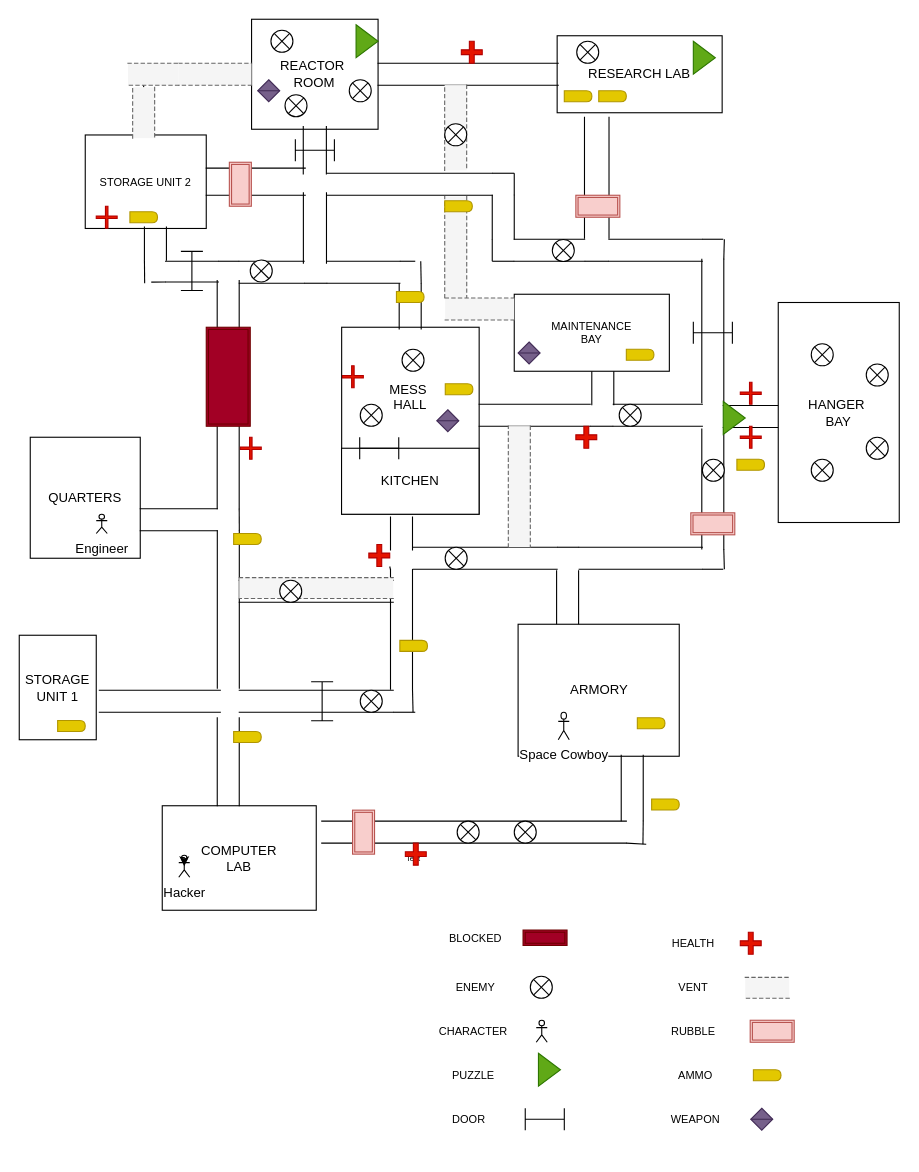
Above: CrawlSpacemap.drawio in SlOneRPC/CSC1030WebGroupProject (draw.io), before the change. Source tidied: cells renumbered, new cells numbered last; positions are measured from the earlier drawing's top-left corner, leaving out a move shared by most shapes. Both pictures are drawn from the tidied source at 110%, with x=0, y=0 at pixel (19, 19).
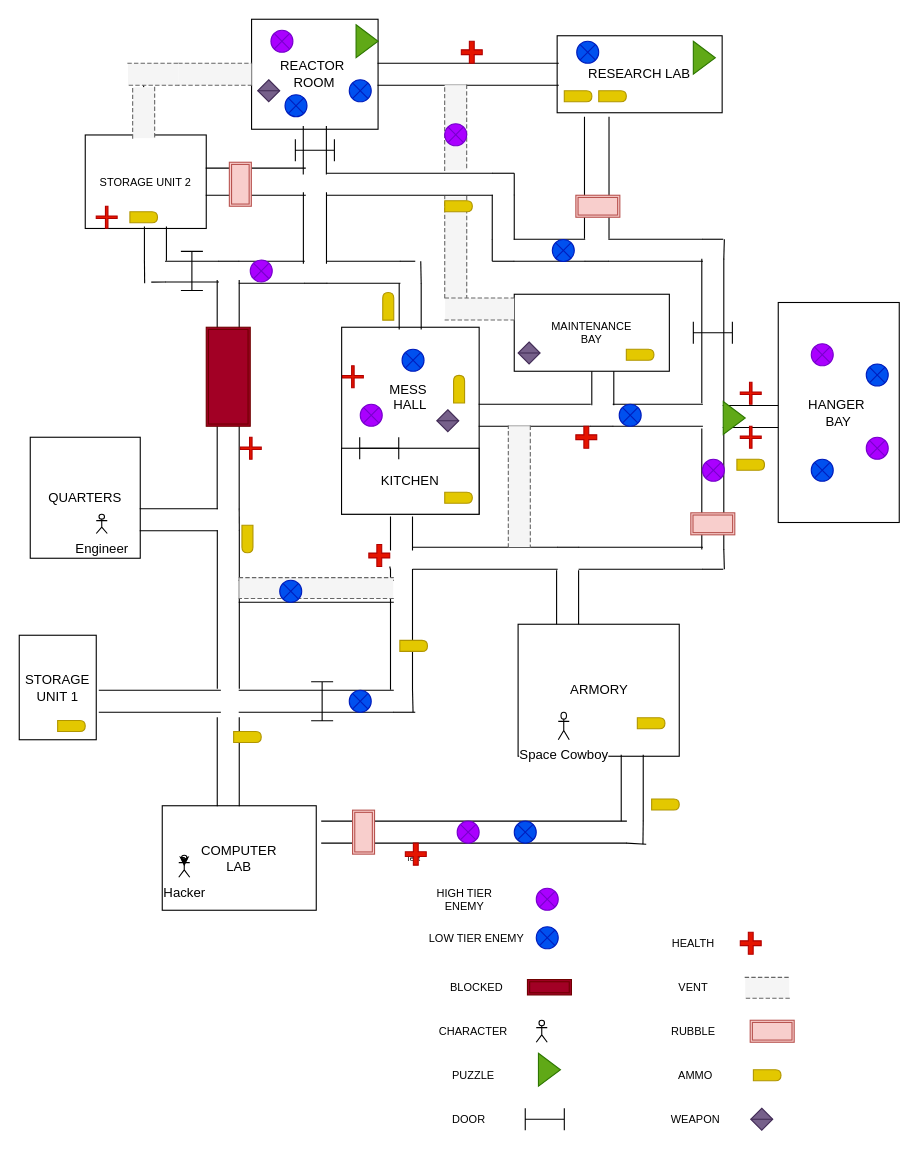
Above is the later version.

Change to the diagram source:
```diff
@@
-    <mxCell id="92" style="shape=sumEllipse;perimeter=ellipsePerimeter;whiteSpace=wrap;html=1;backgroundOutline=1;gradientColor=none;fontSize=7;" parent="1" vertex="1">
+    <mxCell id="92" style="shape=sumEllipse;perimeter=ellipsePerimeter;whiteSpace=wrap;html=1;backgroundOutline=1;fontSize=7;fillColor=#aa00ff;strokeColor=#7700CC;fontColor=#ffffff;" parent="1" vertex="1">
       <mxGeometry x="310" y="350" width="20" height="20" as="geometry" />
     </mxCell>
-    <mxCell id="93" style="shape=sumEllipse;perimeter=ellipsePerimeter;whiteSpace=wrap;html=1;backgroundOutline=1;gradientColor=none;fontSize=7;" parent="1" vertex="1">
+    <mxCell id="93" style="shape=sumEllipse;perimeter=ellipsePerimeter;whiteSpace=wrap;html=1;backgroundOutline=1;fontSize=7;fillColor=#0050ef;strokeColor=#001DBC;fontColor=#ffffff;" parent="1" vertex="1">
       <mxGeometry x="348" y="300" width="20" height="20" as="geometry" />
     </mxCell>
-    <mxCell id="94" style="shape=sumEllipse;perimeter=ellipsePerimeter;whiteSpace=wrap;html=1;backgroundOutline=1;gradientColor=none;fontSize=7;" parent="1" vertex="1">
+    <mxCell id="94" style="shape=sumEllipse;perimeter=ellipsePerimeter;whiteSpace=wrap;html=1;backgroundOutline=1;fontSize=7;fillColor=#aa00ff;strokeColor=#7700CC;fontColor=#ffffff;" parent="1" vertex="1">
       <mxGeometry x="210" y="218.8" width="20" height="20" as="geometry" />
     </mxCell>
-    <mxCell id="95" style="shape=sumEllipse;perimeter=ellipsePerimeter;whiteSpace=wrap;html=1;backgroundOutline=1;gradientColor=none;fontSize=7;" parent="1" vertex="1">
+    <mxCell id="95" style="shape=sumEllipse;perimeter=ellipsePerimeter;whiteSpace=wrap;html=1;backgroundOutline=1;fontSize=7;fillColor=#aa00ff;strokeColor=#7700CC;fontColor=#ffffff;" parent="1" vertex="1">
       <mxGeometry x="398.1" y="729" width="20" height="20" as="geometry" />
     </mxCell>
-    <mxCell id="96" style="shape=sumEllipse;perimeter=ellipsePerimeter;whiteSpace=wrap;html=1;backgroundOutline=1;gradientColor=none;fontSize=7;" parent="1" vertex="1">
+    <mxCell id="96" style="shape=sumEllipse;perimeter=ellipsePerimeter;whiteSpace=wrap;html=1;backgroundOutline=1;fontSize=7;fillColor=#0050ef;strokeColor=#001DBC;fontColor=#ffffff;" parent="1" vertex="1">
       <mxGeometry x="450" y="729" width="20" height="20" as="geometry" />
     </mxCell>
-    <mxCell id="97" style="shape=sumEllipse;perimeter=ellipsePerimeter;whiteSpace=wrap;html=1;backgroundOutline=1;gradientColor=none;fontSize=7;" parent="1" vertex="1">
+    <mxCell id="97" style="shape=sumEllipse;perimeter=ellipsePerimeter;whiteSpace=wrap;html=1;backgroundOutline=1;fontSize=7;fillColor=#0050ef;strokeColor=#001DBC;fontColor=#ffffff;" parent="1" vertex="1">
       <mxGeometry x="770" y="313.4" width="20" height="20" as="geometry" />
     </mxCell>
-    <mxCell id="98" style="shape=sumEllipse;perimeter=ellipsePerimeter;whiteSpace=wrap;html=1;backgroundOutline=1;gradientColor=none;fontSize=7;" parent="1" vertex="1">
+    <mxCell id="98" style="shape=sumEllipse;perimeter=ellipsePerimeter;whiteSpace=wrap;html=1;backgroundOutline=1;fontSize=7;fillColor=#aa00ff;strokeColor=#7700CC;fontColor=#ffffff;" parent="1" vertex="1">
       <mxGeometry x="720" y="295" width="20" height="20" as="geometry" />
     </mxCell>
-    <mxCell id="99" style="shape=sumEllipse;perimeter=ellipsePerimeter;whiteSpace=wrap;html=1;backgroundOutline=1;gradientColor=none;fontSize=7;" parent="1" vertex="1">
+    <mxCell id="99" style="shape=sumEllipse;perimeter=ellipsePerimeter;whiteSpace=wrap;html=1;backgroundOutline=1;fontSize=7;fillColor=#0050ef;strokeColor=#001DBC;fontColor=#ffffff;" parent="1" vertex="1">
       <mxGeometry x="720" y="400" width="20" height="20" as="geometry" />
     </mxCell>
-    <mxCell id="100" style="shape=sumEllipse;perimeter=ellipsePerimeter;whiteSpace=wrap;html=1;backgroundOutline=1;gradientColor=none;fontSize=7;" parent="1" vertex="1">
+    <mxCell id="100" style="shape=sumEllipse;perimeter=ellipsePerimeter;whiteSpace=wrap;html=1;backgroundOutline=1;fontSize=7;fillColor=#aa00ff;strokeColor=#7700CC;fontColor=#ffffff;" parent="1" vertex="1">
       <mxGeometry x="770" y="380" width="20" height="20" as="geometry" />
     </mxCell>
-    <mxCell id="101" style="shape=sumEllipse;perimeter=ellipsePerimeter;whiteSpace=wrap;html=1;backgroundOutline=1;gradientColor=none;fontSize=7;" parent="1" vertex="1">
+    <mxCell id="101" style="shape=sumEllipse;perimeter=ellipsePerimeter;whiteSpace=wrap;html=1;backgroundOutline=1;fontSize=7;fillColor=#aa00ff;strokeColor=#7700CC;fontColor=#ffffff;" parent="1" vertex="1">
       <mxGeometry x="621" y="400" width="20" height="20" as="geometry" />
     </mxCell>
-    <mxCell id="102" style="shape=sumEllipse;perimeter=ellipsePerimeter;whiteSpace=wrap;html=1;backgroundOutline=1;gradientColor=none;fontSize=7;" parent="1" vertex="1">
-      <mxGeometry x="310" y="610" width="20" height="20" as="geometry" />
+    <mxCell id="102" style="shape=sumEllipse;perimeter=ellipsePerimeter;whiteSpace=wrap;html=1;backgroundOutline=1;fontSize=7;fillColor=#0050ef;strokeColor=#001DBC;fontColor=#ffffff;" parent="1" vertex="1">
+      <mxGeometry x="300" y="610" width="20" height="20" as="geometry" />
     </mxCell>
-    <mxCell id="103" style="shape=sumEllipse;perimeter=ellipsePerimeter;whiteSpace=wrap;html=1;backgroundOutline=1;gradientColor=none;fontSize=7;" parent="1" vertex="1">
-      <mxGeometry x="387.2" y="480" width="20" height="20" as="geometry" />
-    </mxCell>
-    <mxCell id="104" style="shape=sumEllipse;perimeter=ellipsePerimeter;whiteSpace=wrap;html=1;backgroundOutline=1;gradientColor=none;fontSize=7;" parent="1" vertex="1">
+    <mxCell id="104" style="shape=sumEllipse;perimeter=ellipsePerimeter;whiteSpace=wrap;html=1;backgroundOutline=1;fontSize=7;fillColor=#0050ef;strokeColor=#001DBC;fontColor=#ffffff;" parent="1" vertex="1">
       <mxGeometry x="545.4" y="350" width="20" height="20" as="geometry" />
     </mxCell>
-    <mxCell id="105" style="shape=sumEllipse;perimeter=ellipsePerimeter;whiteSpace=wrap;html=1;backgroundOutline=1;gradientColor=none;fontSize=7;" parent="1" vertex="1">
+    <mxCell id="105" style="shape=sumEllipse;perimeter=ellipsePerimeter;whiteSpace=wrap;html=1;backgroundOutline=1;fontSize=7;fillColor=#aa00ff;strokeColor=#7700CC;fontColor=#ffffff;" parent="1" vertex="1">
       <mxGeometry x="228.8" y="10" width="20" height="20" as="geometry" />
     </mxCell>
-    <mxCell id="106" style="shape=sumEllipse;perimeter=ellipsePerimeter;whiteSpace=wrap;html=1;backgroundOutline=1;gradientColor=none;fontSize=7;" parent="1" vertex="1">
+    <mxCell id="106" style="shape=sumEllipse;perimeter=ellipsePerimeter;whiteSpace=wrap;html=1;backgroundOutline=1;fontSize=7;fillColor=#0050ef;strokeColor=#001DBC;fontColor=#ffffff;" parent="1" vertex="1">
       <mxGeometry x="241.6" y="68.6" width="20" height="20" as="geometry" />
     </mxCell>
-    <mxCell id="107" style="shape=sumEllipse;perimeter=ellipsePerimeter;whiteSpace=wrap;html=1;backgroundOutline=1;gradientColor=none;fontSize=7;" parent="1" vertex="1">
+    <mxCell id="107" style="shape=sumEllipse;perimeter=ellipsePerimeter;whiteSpace=wrap;html=1;backgroundOutline=1;fontSize=7;fillColor=#0050ef;strokeColor=#001DBC;fontColor=#ffffff;" parent="1" vertex="1">
       <mxGeometry x="300" y="55" width="20" height="20" as="geometry" />
     </mxCell>
-    <mxCell id="108" style="shape=sumEllipse;perimeter=ellipsePerimeter;whiteSpace=wrap;html=1;backgroundOutline=1;gradientColor=none;fontSize=7;" parent="1" vertex="1">
+    <mxCell id="108" style="shape=sumEllipse;perimeter=ellipsePerimeter;whiteSpace=wrap;html=1;backgroundOutline=1;fontSize=7;fillColor=#0050ef;strokeColor=#001DBC;fontColor=#ffffff;" parent="1" vertex="1">
       <mxGeometry x="506.8" y="20" width="20" height="20" as="geometry" />
     </mxCell>
-    <mxCell id="109" style="shape=sumEllipse;perimeter=ellipsePerimeter;whiteSpace=wrap;html=1;backgroundOutline=1;gradientColor=none;fontSize=7;" parent="1" vertex="1">
+    <mxCell id="109" style="shape=sumEllipse;perimeter=ellipsePerimeter;whiteSpace=wrap;html=1;backgroundOutline=1;fontSize=7;fillColor=#aa00ff;strokeColor=#7700CC;fontColor=#ffffff;" parent="1" vertex="1">
       <mxGeometry x="386.8" y="95" width="20" height="20" as="geometry" />
     </mxCell>
-    <mxCell id="110" style="shape=sumEllipse;perimeter=ellipsePerimeter;whiteSpace=wrap;html=1;backgroundOutline=1;gradientColor=none;fontSize=7;" parent="1" vertex="1">
+    <mxCell id="110" style="shape=sumEllipse;perimeter=ellipsePerimeter;whiteSpace=wrap;html=1;backgroundOutline=1;fontSize=7;fillColor=#0050ef;strokeColor=#001DBC;fontColor=#ffffff;" parent="1" vertex="1">
       <mxGeometry x="236.8" y="510" width="20" height="20" as="geometry" />
     </mxCell>
@@
-    <mxCell id="112" style="shape=sumEllipse;perimeter=ellipsePerimeter;whiteSpace=wrap;html=1;backgroundOutline=1;gradientColor=none;fontSize=7;" parent="1" vertex="1">
+    <mxCell id="112" style="shape=sumEllipse;perimeter=ellipsePerimeter;whiteSpace=wrap;html=1;backgroundOutline=1;fontSize=7;fillColor=#0050ef;strokeColor=#001DBC;fontColor=#ffffff;" parent="1" vertex="1">
       <mxGeometry x="484.6" y="200.2" width="20" height="20" as="geometry" />
     </mxCell>
@@
-    <mxCell id="128" value="&lt;font size=&quot;1&quot;&gt;ENEMY&lt;/font&gt;" style="text;html=1;strokeColor=none;fillColor=none;align=center;verticalAlign=middle;whiteSpace=wrap;rounded=0;fontSize=7;" parent="1" vertex="1">
-      <mxGeometry x="370" y="850" width="90" height="60" as="geometry" />
+    <mxCell id="128" value="&lt;font size=&quot;1&quot;&gt;LOW TIER ENEMY&lt;/font&gt;" style="text;html=1;strokeColor=none;fillColor=none;align=center;verticalAlign=middle;whiteSpace=wrap;rounded=0;fontSize=7;" parent="1" vertex="1">
+      <mxGeometry x="371.1" y="805" width="90" height="60" as="geometry" />
     </mxCell>
     <mxCell id="129" value="&lt;font size=&quot;1&quot;&gt;BLOCKED&lt;/font&gt;" style="text;html=1;strokeColor=none;fillColor=none;align=center;verticalAlign=middle;whiteSpace=wrap;rounded=0;fontSize=7;" parent="1" vertex="1">
-      <mxGeometry x="370" y="810" width="90" height="50" as="geometry" />
+      <mxGeometry x="371.1" y="855" width="90" height="50" as="geometry" />
     </mxCell>
@@
-    <mxCell id="135" style="shape=sumEllipse;perimeter=ellipsePerimeter;whiteSpace=wrap;html=1;backgroundOutline=1;gradientColor=none;fontSize=7;" parent="1" vertex="1">
-      <mxGeometry x="464.6" y="870" width="20" height="20" as="geometry" />
+    <mxCell id="135" style="shape=sumEllipse;perimeter=ellipsePerimeter;whiteSpace=wrap;html=1;backgroundOutline=1;fontSize=7;fillColor=#0050ef;strokeColor=#001DBC;fontColor=#ffffff;" parent="1" vertex="1">
+      <mxGeometry x="470" y="825" width="20" height="20" as="geometry" />
     </mxCell>
     <mxCell id="136" style="shape=ext;double=1;rounded=0;whiteSpace=wrap;html=1;fontSize=7;fillColor=#a20025;strokeColor=#6F0000;fontColor=#ffffff;" parent="1" vertex="1">
-      <mxGeometry x="458" y="828" width="40" height="14" as="geometry" />
+      <mxGeometry x="462" y="873" width="40" height="14" as="geometry" />
     </mxCell>
@@
-    <mxCell id="148" style="shape=delay;whiteSpace=wrap;html=1;fontSize=7;fillColor=#e3c800;strokeColor=#B09500;fontColor=#ffffff;" parent="1" vertex="1">
+    <mxCell id="148" style="shape=delay;whiteSpace=wrap;html=1;fontSize=7;fillColor=#e3c800;strokeColor=#B09500;fontColor=#ffffff;rotation=-90;" parent="1" vertex="1">
       <mxGeometry x="387.3" y="331.3" width="25.1" height="10" as="geometry" />
     </mxCell>
-    <mxCell id="149" style="shape=delay;whiteSpace=wrap;html=1;fontSize=7;fillColor=#e3c800;strokeColor=#B09500;fontColor=#ffffff;" parent="1" vertex="1">
+    <mxCell id="149" style="shape=delay;whiteSpace=wrap;html=1;fontSize=7;fillColor=#e3c800;strokeColor=#B09500;fontColor=#ffffff;rotation=90;" parent="1" vertex="1">
       <mxGeometry x="194.9" y="467.5" width="25.1" height="10" as="geometry" />
     </mxCell>
@@
-    <mxCell id="155" style="shape=delay;whiteSpace=wrap;html=1;fontSize=7;fillColor=#e3c800;strokeColor=#B09500;fontColor=#ffffff;" parent="1" vertex="1">
-      <mxGeometry x="342.9" y="247.5" width="25.1" height="10" as="geometry" />
+    <mxCell id="155" style="shape=delay;whiteSpace=wrap;html=1;fontSize=7;fillColor=#e3c800;strokeColor=#B09500;fontColor=#ffffff;rotation=-90;" parent="1" vertex="1">
+      <mxGeometry x="322.9" y="256" width="25.1" height="10" as="geometry" />
     </mxCell>
@@
+    <mxCell id="165" value="&lt;font size=&quot;1&quot;&gt;HIGH TIER ENEMY&lt;/font&gt;" style="text;html=1;strokeColor=none;fillColor=none;align=center;verticalAlign=middle;whiteSpace=wrap;rounded=0;fontSize=7;" parent="1" vertex="1">
+      <mxGeometry x="360" y="770" width="90" height="60" as="geometry" />
+    </mxCell>
+    <mxCell id="166" style="shape=sumEllipse;perimeter=ellipsePerimeter;whiteSpace=wrap;html=1;backgroundOutline=1;fontSize=7;fillColor=#aa00ff;strokeColor=#7700CC;fontColor=#ffffff;" parent="1" vertex="1">
+      <mxGeometry x="470" y="790" width="20" height="20" as="geometry" />
+    </mxCell>
+    <mxCell id="167" style="shape=delay;whiteSpace=wrap;html=1;fontSize=7;fillColor=#e3c800;strokeColor=#B09500;fontColor=#ffffff;" parent="1" vertex="1">
+      <mxGeometry x="386.8" y="430" width="25.1" height="10" as="geometry" />
+    </mxCell>
```
